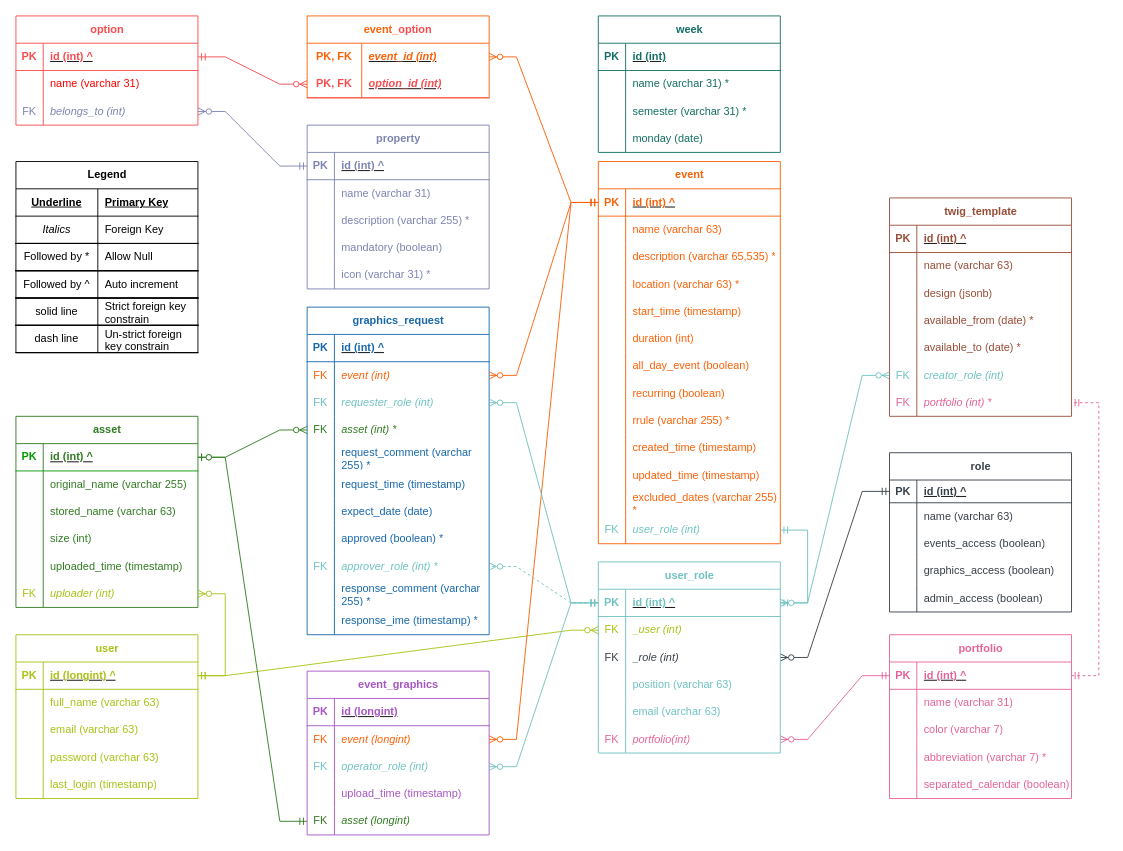
Earlier version of the draw.io diagram design/eTWIG.ER.drawio (stewebb/eTWIG). Source tidied: cells renumbered, new cells numbered last; positions are measured from the earlier drawing's top-left corner, leaving out a move shared by most shapes. Both pictures are drawn from the tidied source at 91%, with x=0, y=0 at pixel (15, 15).
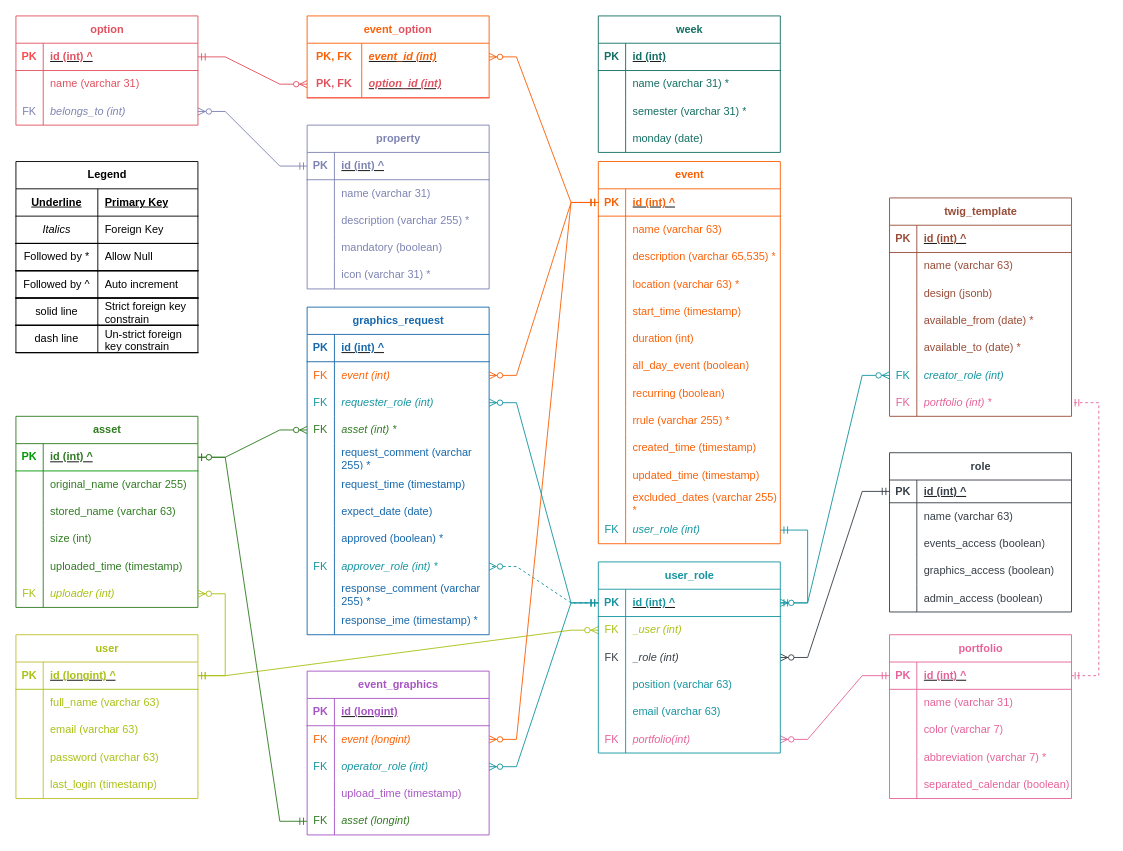
Above is the later version.

The change refers to these unchanged cells:
```xml
<mxCell id="114" style="shape=tableRow;horizontal=0;startSize=0;swimlaneHead=0;swimlaneBody=0;fillColor=none;points=[[0,0.5],[1,0.5]];portConstraint=eastwest;top=0;left=0;right=0;bottom=1;html=1;strokeColor=#FB4B4E;" parent="110" vertex="1">
  <mxGeometry y="60" width="200" height="30" as="geometry" />
</mxCell>
<mxCell id="155" style="shape=tableRow;horizontal=0;startSize=0;swimlaneHead=0;swimlaneBody=0;fillColor=none;points=[[0,0.5],[1,0.5]];portConstraint=eastwest;top=0;left=0;right=0;bottom=0;" parent="118" vertex="1">
  <mxGeometry y="390" width="200" height="30" as="geometry" />
</mxCell>
<mxCell id="167" style="shape=tableRow;horizontal=0;startSize=0;swimlaneHead=0;swimlaneBody=0;fillColor=none;points=[[0,0.5],[1,0.5]];portConstraint=eastwest;top=0;left=0;right=0;bottom=0;" parent="160" vertex="1">
  <mxGeometry y="90" width="200" height="30" as="geometry" />
</mxCell>
<mxCell id="216" style="shape=tableRow;horizontal=0;startSize=0;swimlaneHead=0;swimlaneBody=0;fillColor=none;points=[[0,0.5],[1,0.5]];portConstraint=eastwest;top=0;left=0;right=0;bottom=0;" parent="200" vertex="1">
  <mxGeometry y="180" width="200" height="30" as="geometry" />
</mxCell>
<mxCell id="230" style="shape=tableRow;horizontal=0;startSize=0;swimlaneHead=0;swimlaneBody=0;fillColor=none;points=[[0,0.5],[1,0.5]];portConstraint=eastwest;top=0;left=0;right=0;bottom=0;" parent="223" vertex="1">
  <mxGeometry y="90" width="200" height="30" as="geometry" />
</mxCell>
<mxCell id="248" style="shape=tableRow;horizontal=0;startSize=0;swimlaneHead=0;swimlaneBody=0;fillColor=none;points=[[0,0.5],[1,0.5]];portConstraint=eastwest;top=0;left=0;right=0;bottom=0;" parent="223" vertex="1">
  <mxGeometry y="270" width="200" height="30" as="geometry" />
</mxCell>
<mxCell id="266" style="shape=tableRow;horizontal=0;startSize=0;swimlaneHead=0;swimlaneBody=0;fillColor=none;points=[[0,0.5],[1,0.5]];portConstraint=eastwest;top=0;left=0;right=0;bottom=0;strokeColor=#009900;" parent="262" vertex="1">
  <mxGeometry y="60" width="200" height="30" as="geometry" />
</mxCell>
<mxCell id="272" style="shape=tableRow;horizontal=0;startSize=0;swimlaneHead=0;swimlaneBody=0;fillColor=none;top=0;left=0;right=0;bottom=0;" parent="262" vertex="1">
  <mxGeometry y="120" width="200" height="30" as="geometry" />
</mxCell>
<mxCell id="275" style="shape=tableRow;horizontal=0;startSize=0;swimlaneHead=0;swimlaneBody=0;fillColor=none;top=0;left=0;right=0;bottom=0;" parent="262" vertex="1">
  <mxGeometry y="150" width="200" height="30" as="geometry" />
</mxCell>
```

What changed in the source:
```diff
@@
-    <mxCell id="50" value="&lt;font style=&quot;&quot; color=&quot;#aac115&quot;&gt;user&lt;/font&gt;" style="shape=table;startSize=30;childLayout=tableLayout;rowLines=0;fontStyle=1;align=center;html=1;strokeColor=#AAC115;fontColor=#0000FF;fillColor=default;swimlaneLine=1;" parent="1" vertex="1">
+    <mxCell id="50" value="&lt;font style=&quot;&quot; color=&quot;#aac115&quot;&gt;user&lt;/font&gt;" style="shape=table;startSize=30;childLayout=tableLayout;rowLines=0;fontStyle=1;align=center;html=1;strokeColor=#BFBF2F;fontColor=#0000FF;fillColor=default;swimlaneLine=1;" parent="1" vertex="1">
       <mxGeometry y="680" width="200" height="180" as="geometry" />
     </mxCell>
@@
-    <mxCell id="83" style="edgeStyle=entityRelationEdgeStyle;fontSize=12;html=1;endArrow=ERzeroToMany;startArrow=ERmandOne;rounded=0;exitX=1;exitY=0.5;exitDx=0;exitDy=0;entryX=0;entryY=0.5;entryDx=0;entryDy=0;strokeColor=#FB4B4E;" parent="1" edge="1" source="101" target="114">
+    <mxCell id="83" style="edgeStyle=entityRelationEdgeStyle;fontSize=12;html=1;endArrow=ERzeroToMany;startArrow=ERmandOne;rounded=0;exitX=1;exitY=0.5;exitDx=0;exitDy=0;entryX=0;entryY=0.5;entryDx=0;entryDy=0;strokeColor=#E1525F;" parent="1" edge="1" source="101" target="114">
       <mxGeometry relative="1" as="geometry" />
     </mxCell>
@@
-    <mxCell id="100" value="&lt;font color=&quot;#fb4b4e&quot;&gt;option&lt;/font&gt;" style="shape=table;startSize=30;childLayout=tableLayout;rowLines=0;fontStyle=1;align=center;html=1;strokeColor=#FB4B4E;" parent="1" vertex="1">
+    <mxCell id="100" value="&lt;font color=&quot;#e1525f&quot;&gt;option&lt;/font&gt;" style="shape=table;startSize=30;childLayout=tableLayout;rowLines=0;fontStyle=1;align=center;html=1;strokeColor=#E1525F;" parent="1" vertex="1">
       <mxGeometry width="200" height="120" as="geometry" />
     </mxCell>
-    <mxCell id="101" style="shape=tableRow;horizontal=0;startSize=0;swimlaneHead=0;swimlaneBody=0;fillColor=none;points=[[0,0.5],[1,0.5]];portConstraint=eastwest;top=0;left=0;right=0;bottom=1;strokeColor=#FB4B4E;" parent="100" vertex="1">
+    <mxCell id="101" style="shape=tableRow;horizontal=0;startSize=0;swimlaneHead=0;swimlaneBody=0;fillColor=none;points=[[0,0.5],[1,0.5]];portConstraint=eastwest;top=0;left=0;right=0;bottom=1;strokeColor=inherit;" parent="100" vertex="1">
       <mxGeometry y="30" width="200" height="30" as="geometry" />
     </mxCell>
@@
-    <mxCell id="103" value="&lt;font color=&quot;#fb4b4e&quot;&gt;id (int) ^&lt;/font&gt;" style="shape=partialRectangle;fillColor=none;top=0;left=0;bottom=0;right=0;align=left;spacingLeft=6;fontStyle=5;overflow=hidden;whiteSpace=wrap;html=1;strokeColor=inherit;" parent="101" vertex="1">
+    <mxCell id="103" value="&lt;font color=&quot;#e1525f&quot;&gt;id (int) ^&lt;/font&gt;" style="shape=partialRectangle;fillColor=none;top=0;left=0;bottom=0;right=0;align=left;spacingLeft=6;fontStyle=5;overflow=hidden;whiteSpace=wrap;html=1;strokeColor=inherit;" parent="101" vertex="1">
       <mxGeometry x="30" width="170" height="30" as="geometry" />
     </mxCell>
-    <mxCell id="104" style="shape=tableRow;horizontal=0;startSize=0;swimlaneHead=0;swimlaneBody=0;fillColor=none;top=0;left=0;right=0;bottom=0;strokeColor=#FB4B4E;" parent="100" vertex="1">
+    <mxCell id="104" style="shape=tableRow;horizontal=0;startSize=0;swimlaneHead=0;swimlaneBody=0;fillColor=none;top=0;left=0;right=0;bottom=0;strokeColor=inherit;" parent="100" vertex="1">
       <mxGeometry y="60" width="200" height="30" as="geometry" />
     </mxCell>
-    <mxCell id="105" style="shape=partialRectangle;fillColor=none;top=0;left=0;bottom=0;right=0;overflow=hidden;whiteSpace=wrap;html=1;" parent="104" vertex="1">
+    <mxCell id="105" style="shape=partialRectangle;fillColor=none;top=0;left=0;bottom=0;right=0;overflow=hidden;whiteSpace=wrap;html=1;strokeColor=inherit;" parent="104" vertex="1">
       <mxGeometry width="30" height="30" as="geometry" />
     </mxCell>
-    <mxCell id="106" value="&lt;font color=&quot;#ff0000&quot;&gt;name (varchar 31)&lt;/font&gt;" style="shape=partialRectangle;fillColor=none;top=0;left=0;bottom=0;right=0;align=left;spacingLeft=6;overflow=hidden;whiteSpace=wrap;html=1;strokeColor=#FB4B4E;" parent="104" vertex="1">
+    <mxCell id="106" value="&lt;font color=&quot;#e1525f&quot;&gt;name (varchar 31)&lt;/font&gt;" style="shape=partialRectangle;fillColor=none;top=0;left=0;bottom=0;right=0;align=left;spacingLeft=6;overflow=hidden;whiteSpace=wrap;html=1;strokeColor=inherit;" parent="104" vertex="1">
       <mxGeometry x="30" width="170" height="30" as="geometry" />
     </mxCell>
@@
-    <mxCell id="110" value="&lt;font color=&quot;#fb6107&quot;&gt;event_&lt;/font&gt;&lt;font color=&quot;#fb4b4e&quot;&gt;option&lt;/font&gt;" style="shape=table;startSize=30;childLayout=tableLayout;rowLines=0;fontStyle=1;align=center;html=1;whiteSpace=wrap;strokeColor=#FB6107;" parent="1" vertex="1">
+    <mxCell id="110" value="&lt;font color=&quot;#fb6107&quot;&gt;event_&lt;/font&gt;&lt;font color=&quot;#e1525f&quot;&gt;option&lt;/font&gt;" style="shape=table;startSize=30;childLayout=tableLayout;rowLines=0;fontStyle=1;align=center;html=1;whiteSpace=wrap;strokeColor=#FB6107;" parent="1" vertex="1">
       <mxGeometry x="320" width="200" height="90" as="geometry" />
     </mxCell>
@@
-    <mxCell id="115" value="&lt;font color=&quot;#fb4b4e&quot;&gt;PK, FK&lt;/font&gt;" style="shape=partialRectangle;fillColor=none;top=0;left=0;bottom=0;right=0;fontStyle=1;overflow=hidden;html=1;whiteSpace=wrap;" parent="114" vertex="1">
+    <mxCell id="115" value="&lt;font color=&quot;#e1525f&quot;&gt;PK, FK&lt;/font&gt;" style="shape=partialRectangle;fillColor=none;top=0;left=0;bottom=0;right=0;fontStyle=1;overflow=hidden;html=1;whiteSpace=wrap;" parent="114" vertex="1">
       <mxGeometry width="60" height="30" as="geometry" />
     </mxCell>
-    <mxCell id="116" value="&lt;font color=&quot;#fb4b4e&quot;&gt;&lt;i&gt;option_id (int)&lt;/i&gt;&lt;/font&gt;" style="shape=partialRectangle;fillColor=none;top=0;left=0;bottom=0;right=0;align=left;spacingLeft=6;fontStyle=5;overflow=hidden;html=1;whiteSpace=wrap;strokeColor=#FF0000;" parent="114" vertex="1">
+    <mxCell id="116" value="&lt;i style=&quot;&quot;&gt;&lt;font color=&quot;#e1525f&quot;&gt;option_id (int)&lt;/font&gt;&lt;/i&gt;" style="shape=partialRectangle;fillColor=none;top=0;left=0;bottom=0;right=0;align=left;spacingLeft=6;fontStyle=5;overflow=hidden;html=1;whiteSpace=wrap;strokeColor=#FF0000;" parent="114" vertex="1">
       <mxGeometry x="60" width="140" height="30" as="geometry" />
     </mxCell>
@@
-    <mxCell id="156" value="&lt;font color=&quot;#6fc2c1&quot;&gt;FK&lt;/font&gt;" style="shape=partialRectangle;fillColor=none;top=0;left=0;bottom=0;right=0;overflow=hidden;whiteSpace=wrap;html=1;" parent="155" vertex="1">
+    <mxCell id="156" value="&lt;font color=&quot;#1695a0&quot;&gt;FK&lt;/font&gt;" style="shape=partialRectangle;fillColor=none;top=0;left=0;bottom=0;right=0;overflow=hidden;whiteSpace=wrap;html=1;" parent="155" vertex="1">
       <mxGeometry width="30" height="30" as="geometry" />
     </mxCell>
-    <mxCell id="157" value="&lt;div&gt;&lt;font color=&quot;#6fc2c1&quot;&gt;&lt;i&gt;user_role (int)&lt;/i&gt;&lt;/font&gt;&lt;/div&gt;" style="shape=partialRectangle;fillColor=none;top=0;left=0;bottom=0;right=0;align=left;spacingLeft=6;overflow=hidden;whiteSpace=wrap;html=1;" parent="155" vertex="1">
+    <mxCell id="157" value="&lt;div&gt;&lt;i style=&quot;&quot;&gt;&lt;font color=&quot;#1695a0&quot;&gt;user_role (int)&lt;/font&gt;&lt;/i&gt;&lt;/div&gt;" style="shape=partialRectangle;fillColor=none;top=0;left=0;bottom=0;right=0;align=left;spacingLeft=6;overflow=hidden;whiteSpace=wrap;html=1;" parent="155" vertex="1">
       <mxGeometry x="30" width="170" height="30" as="geometry" />
     </mxCell>
@@
-    <mxCell id="168" value="&lt;font color=&quot;#6fc2c1&quot;&gt;FK&lt;/font&gt;" style="shape=partialRectangle;fillColor=none;top=0;left=0;bottom=0;right=0;overflow=hidden;whiteSpace=wrap;html=1;" parent="167" vertex="1">
+    <mxCell id="168" value="&lt;font color=&quot;#1695a0&quot;&gt;FK&lt;/font&gt;" style="shape=partialRectangle;fillColor=none;top=0;left=0;bottom=0;right=0;overflow=hidden;whiteSpace=wrap;html=1;" parent="167" vertex="1">
       <mxGeometry width="30" height="30" as="geometry" />
     </mxCell>
-    <mxCell id="169" value="&lt;font color=&quot;#6fc2c1&quot;&gt;&lt;i&gt;operator_role (int)&lt;/i&gt;&lt;/font&gt;" style="shape=partialRectangle;fillColor=none;top=0;left=0;bottom=0;right=0;align=left;spacingLeft=6;overflow=hidden;whiteSpace=wrap;html=1;" parent="167" vertex="1">
+    <mxCell id="169" value="&lt;i style=&quot;&quot;&gt;&lt;font color=&quot;#1695a0&quot;&gt;operator_role (int)&lt;/font&gt;&lt;/i&gt;" style="shape=partialRectangle;fillColor=none;top=0;left=0;bottom=0;right=0;align=left;spacingLeft=6;overflow=hidden;whiteSpace=wrap;html=1;" parent="167" vertex="1">
       <mxGeometry x="30" width="170" height="30" as="geometry" />
     </mxCell>
@@
-    <mxCell id="176" style="edgeStyle=entityRelationEdgeStyle;fontSize=12;html=1;endArrow=ERzeroToMany;startArrow=ERmandOne;rounded=0;exitX=0;exitY=0.5;exitDx=0;exitDy=0;entryX=1;entryY=0.5;entryDx=0;entryDy=0;strokeColor=#6FC2C1;" parent="1" edge="1" source="263" target="167">
+    <mxCell id="176" style="edgeStyle=entityRelationEdgeStyle;fontSize=12;html=1;endArrow=ERzeroToMany;startArrow=ERmandOne;rounded=0;exitX=0;exitY=0.5;exitDx=0;exitDy=0;entryX=1;entryY=0.5;entryDx=0;entryDy=0;strokeColor=#1695A0;" parent="1" edge="1" source="263" target="167">
       <mxGeometry relative="1" as="geometry" />
     </mxCell>
@@
-    <mxCell id="217" value="&lt;font color=&quot;#6fc2c1&quot;&gt;FK&lt;/font&gt;" style="shape=partialRectangle;fillColor=none;top=0;left=0;bottom=0;right=0;overflow=hidden;whiteSpace=wrap;html=1;" parent="216" vertex="1">
+    <mxCell id="217" value="&lt;font color=&quot;#1695a0&quot;&gt;FK&lt;/font&gt;" style="shape=partialRectangle;fillColor=none;top=0;left=0;bottom=0;right=0;overflow=hidden;whiteSpace=wrap;html=1;" parent="216" vertex="1">
       <mxGeometry width="30" height="30" as="geometry" />
     </mxCell>
-    <mxCell id="218" value="&lt;font color=&quot;#6fc2c1&quot;&gt;&lt;i&gt;creator_role&amp;nbsp;(int)&lt;/i&gt;&lt;/font&gt;" style="shape=partialRectangle;fillColor=none;top=0;left=0;bottom=0;right=0;align=left;spacingLeft=6;overflow=hidden;whiteSpace=wrap;html=1;" parent="216" vertex="1">
+    <mxCell id="218" value="&lt;i style=&quot;&quot;&gt;&lt;font color=&quot;#1695a0&quot;&gt;creator_role&amp;nbsp;(int)&lt;/font&gt;&lt;/i&gt;" style="shape=partialRectangle;fillColor=none;top=0;left=0;bottom=0;right=0;align=left;spacingLeft=6;overflow=hidden;whiteSpace=wrap;html=1;" parent="216" vertex="1">
       <mxGeometry x="30" width="170" height="30" as="geometry" />
     </mxCell>
@@
-    <mxCell id="222" style="edgeStyle=entityRelationEdgeStyle;fontSize=12;html=1;endArrow=ERzeroToMany;startArrow=ERmandOne;rounded=0;entryX=0;entryY=0.5;entryDx=0;entryDy=0;strokeColor=#6FC2C1;exitX=1;exitY=0.5;exitDx=0;exitDy=0;" parent="1" edge="1" source="263" target="216">
+    <mxCell id="222" style="edgeStyle=entityRelationEdgeStyle;fontSize=12;html=1;endArrow=ERzeroToMany;startArrow=ERmandOne;rounded=0;entryX=0;entryY=0.5;entryDx=0;entryDy=0;strokeColor=#1695A0;exitX=1;exitY=0.5;exitDx=0;exitDy=0;" parent="1" edge="1" source="263" target="216">
       <mxGeometry relative="1" as="geometry">
         <Array as="points">
           <mxPoint x="1810" y="665" />
           <mxPoint x="1960" y="755" />
         </Array>
       </mxGeometry>
     </mxCell>
@@
-    <mxCell id="231" value="&lt;font color=&quot;#6fc2c1&quot;&gt;FK&lt;/font&gt;" style="shape=partialRectangle;fillColor=none;top=0;left=0;bottom=0;right=0;overflow=hidden;whiteSpace=wrap;html=1;" parent="230" vertex="1">
+    <mxCell id="231" value="&lt;font color=&quot;#1695a0&quot;&gt;FK&lt;/font&gt;" style="shape=partialRectangle;fillColor=none;top=0;left=0;bottom=0;right=0;overflow=hidden;whiteSpace=wrap;html=1;" parent="230" vertex="1">
       <mxGeometry width="30" height="30" as="geometry" />
     </mxCell>
-    <mxCell id="232" value="&lt;font color=&quot;#6fc2c1&quot;&gt;&lt;i&gt;requester_role (int)&lt;/i&gt;&lt;/font&gt;" style="shape=partialRectangle;fillColor=none;top=0;left=0;bottom=0;right=0;align=left;spacingLeft=6;overflow=hidden;whiteSpace=wrap;html=1;" parent="230" vertex="1">
+    <mxCell id="232" value="&lt;i style=&quot;&quot;&gt;&lt;font color=&quot;#1695a0&quot;&gt;requester_role (int)&lt;/font&gt;&lt;/i&gt;" style="shape=partialRectangle;fillColor=none;top=0;left=0;bottom=0;right=0;align=left;spacingLeft=6;overflow=hidden;whiteSpace=wrap;html=1;" parent="230" vertex="1">
       <mxGeometry x="30" width="170" height="30" as="geometry" />
     </mxCell>
@@
-    <mxCell id="249" value="&lt;font color=&quot;#6fc2c1&quot;&gt;FK&lt;/font&gt;" style="shape=partialRectangle;fillColor=none;top=0;left=0;bottom=0;right=0;overflow=hidden;whiteSpace=wrap;html=1;" parent="248" vertex="1">
+    <mxCell id="249" value="&lt;font color=&quot;#1695a0&quot;&gt;FK&lt;/font&gt;" style="shape=partialRectangle;fillColor=none;top=0;left=0;bottom=0;right=0;overflow=hidden;whiteSpace=wrap;html=1;" parent="248" vertex="1">
       <mxGeometry width="30" height="30" as="geometry" />
     </mxCell>
-    <mxCell id="250" value="&lt;font color=&quot;#6fc2c1&quot;&gt;&lt;i&gt;approver_role (int) *&lt;/i&gt;&lt;/font&gt;" style="shape=partialRectangle;fillColor=none;top=0;left=0;bottom=0;right=0;align=left;spacingLeft=6;overflow=hidden;whiteSpace=wrap;html=1;" parent="248" vertex="1">
+    <mxCell id="250" value="&lt;i style=&quot;&quot;&gt;&lt;font color=&quot;#1695a0&quot;&gt;approver_role (int) *&lt;/font&gt;&lt;/i&gt;" style="shape=partialRectangle;fillColor=none;top=0;left=0;bottom=0;right=0;align=left;spacingLeft=6;overflow=hidden;whiteSpace=wrap;html=1;" parent="248" vertex="1">
       <mxGeometry x="30" width="170" height="30" as="geometry" />
     </mxCell>
@@
-    <mxCell id="258" style="edgeStyle=entityRelationEdgeStyle;fontSize=12;html=1;endArrow=ERzeroToMany;startArrow=ERmandOne;rounded=0;entryX=1;entryY=0.5;entryDx=0;entryDy=0;exitX=0;exitY=0.5;exitDx=0;exitDy=0;strokeColor=#6FC2C1;" parent="1" edge="1" source="263" target="230">
+    <mxCell id="258" style="edgeStyle=entityRelationEdgeStyle;fontSize=12;html=1;endArrow=ERzeroToMany;startArrow=ERmandOne;rounded=0;entryX=1;entryY=0.5;entryDx=0;entryDy=0;exitX=0;exitY=0.5;exitDx=0;exitDy=0;strokeColor=#1695A0;" parent="1" edge="1" source="263" target="230">
       <mxGeometry relative="1" as="geometry" />
     </mxCell>
-    <mxCell id="259" style="edgeStyle=entityRelationEdgeStyle;fontSize=12;html=1;endArrow=ERzeroToMany;startArrow=ERmandOne;rounded=0;entryX=1;entryY=0.5;entryDx=0;entryDy=0;exitX=0;exitY=0.5;exitDx=0;exitDy=0;strokeColor=#6FC2C1;dashed=1;" parent="1" edge="1" source="263" target="248">
+    <mxCell id="259" style="edgeStyle=entityRelationEdgeStyle;fontSize=12;html=1;endArrow=ERzeroToMany;startArrow=ERmandOne;rounded=0;entryX=1;entryY=0.5;entryDx=0;entryDy=0;exitX=0;exitY=0.5;exitDx=0;exitDy=0;strokeColor=#1695A0;dashed=1;" parent="1" edge="1" source="263" target="248">
       <mxGeometry relative="1" as="geometry" />
     </mxCell>
@@
-    <mxCell id="262" value="&lt;font color=&quot;#6fc2c1&quot;&gt;user_role&lt;/font&gt;" style="shape=table;startSize=30;childLayout=tableLayout;rowLines=0;fontStyle=1;align=center;html=1;strokeColor=#6FC2C1;" parent="1" vertex="1">
+    <mxCell id="262" value="&lt;font color=&quot;#1695a0&quot;&gt;user_role&lt;/font&gt;" style="shape=table;startSize=30;childLayout=tableLayout;rowLines=0;fontStyle=1;align=center;html=1;strokeColor=#1695A0;" parent="1" vertex="1">
       <mxGeometry x="640" y="600" width="200" height="210" as="geometry" />
     </mxCell>
-    <mxCell id="263" style="shape=tableRow;horizontal=0;startSize=0;swimlaneHead=0;swimlaneBody=0;fillColor=none;points=[[0,0.5],[1,0.5]];portConstraint=eastwest;top=0;left=0;right=0;bottom=1;strokeColor=#6FC2C1;" parent="262" vertex="1">
+    <mxCell id="263" style="shape=tableRow;horizontal=0;startSize=0;swimlaneHead=0;swimlaneBody=0;fillColor=none;points=[[0,0.5],[1,0.5]];portConstraint=eastwest;top=0;left=0;right=0;bottom=1;strokeColor=inherit;" parent="262" vertex="1">
       <mxGeometry y="30" width="200" height="30" as="geometry" />
     </mxCell>
-    <mxCell id="264" value="&lt;font color=&quot;#6fc2c1&quot;&gt;PK&lt;/font&gt;" style="shape=partialRectangle;fillColor=none;top=0;left=0;bottom=0;right=0;fontStyle=1;overflow=hidden;whiteSpace=wrap;html=1;" parent="263" vertex="1">
+    <mxCell id="264" value="&lt;font color=&quot;#1695a0&quot;&gt;PK&lt;/font&gt;" style="shape=partialRectangle;fillColor=none;top=0;left=0;bottom=0;right=0;fontStyle=1;overflow=hidden;whiteSpace=wrap;html=1;" parent="263" vertex="1">
       <mxGeometry width="30" height="30" as="geometry" />
     </mxCell>
-    <mxCell id="265" value="&lt;font color=&quot;#6fc2c1&quot;&gt;id (int) ^&lt;/font&gt;" style="shape=partialRectangle;fillColor=none;top=0;left=0;bottom=0;right=0;align=left;spacingLeft=6;fontStyle=5;overflow=hidden;whiteSpace=wrap;html=1;strokeColor=inherit;" parent="263" vertex="1">
+    <mxCell id="265" value="&lt;font color=&quot;#1695a0&quot;&gt;id (int) ^&lt;/font&gt;" style="shape=partialRectangle;fillColor=none;top=0;left=0;bottom=0;right=0;align=left;spacingLeft=6;fontStyle=5;overflow=hidden;whiteSpace=wrap;html=1;strokeColor=inherit;" parent="263" vertex="1">
       <mxGeometry x="30" width="170" height="30" as="geometry" />
     </mxCell>
@@
-    <mxCell id="268" value="&lt;font color=&quot;#aac115&quot;&gt;&lt;i&gt;_user (int)&lt;/i&gt;&lt;/font&gt;" style="shape=partialRectangle;fillColor=none;top=0;left=0;bottom=0;right=0;align=left;spacingLeft=6;overflow=hidden;whiteSpace=wrap;html=1;strokeColor=#6FC2C1;" parent="266" vertex="1">
+    <mxCell id="268" value="&lt;font color=&quot;#aac115&quot;&gt;&lt;i&gt;_user (int)&lt;/i&gt;&lt;/font&gt;" style="shape=partialRectangle;fillColor=none;top=0;left=0;bottom=0;right=0;align=left;spacingLeft=6;overflow=hidden;whiteSpace=wrap;html=1;strokeColor=inherit;" parent="266" vertex="1">
       <mxGeometry x="30" width="170" height="30" as="geometry" />
     </mxCell>
@@
-    <mxCell id="274" value="&lt;font color=&quot;#6fc2c1&quot;&gt;position (varchar 63)&lt;/font&gt;" style="shape=partialRectangle;fillColor=none;top=0;left=0;bottom=0;right=0;align=left;spacingLeft=6;overflow=hidden;whiteSpace=wrap;html=1;" parent="272" vertex="1">
+    <mxCell id="274" value="&lt;font color=&quot;#1695a0&quot;&gt;position (varchar 63)&lt;/font&gt;" style="shape=partialRectangle;fillColor=none;top=0;left=0;bottom=0;right=0;align=left;spacingLeft=6;overflow=hidden;whiteSpace=wrap;html=1;" parent="272" vertex="1">
       <mxGeometry x="30" width="170" height="30" as="geometry" />
     </mxCell>
@@
-    <mxCell id="277" value="&lt;font color=&quot;#6fc2c1&quot;&gt;email (varchar 63)&lt;/font&gt;" style="shape=partialRectangle;fillColor=none;top=0;left=0;bottom=0;right=0;align=left;spacingLeft=6;overflow=hidden;whiteSpace=wrap;html=1;" parent="275" vertex="1">
+    <mxCell id="277" value="&lt;font color=&quot;#1695a0&quot;&gt;email (varchar 63)&lt;/font&gt;" style="shape=partialRectangle;fillColor=none;top=0;left=0;bottom=0;right=0;align=left;spacingLeft=6;overflow=hidden;whiteSpace=wrap;html=1;" parent="275" vertex="1">
       <mxGeometry x="30" width="170" height="30" as="geometry" />
     </mxCell>
@@
-    <mxCell id="281" style="edgeStyle=entityRelationEdgeStyle;fontSize=12;html=1;endArrow=ERzeroToMany;startArrow=ERmandOne;rounded=0;exitX=1;exitY=0.5;exitDx=0;exitDy=0;entryX=1;entryY=0.5;entryDx=0;entryDy=0;strokeColor=#6FC2C1;" parent="1" edge="1" source="155" target="263">
+    <mxCell id="281" style="edgeStyle=entityRelationEdgeStyle;fontSize=12;html=1;endArrow=ERzeroToMany;startArrow=ERmandOne;rounded=0;exitX=1;exitY=0.5;exitDx=0;exitDy=0;entryX=1;entryY=0.5;entryDx=0;entryDy=0;strokeColor=#1695A0;" parent="1" edge="1" source="155" target="263">
       <mxGeometry relative="1" as="geometry">
         <Array as="points">
           <mxPoint x="1170" y="620" />
         </Array>
       </mxGeometry>
     </mxCell>
```
